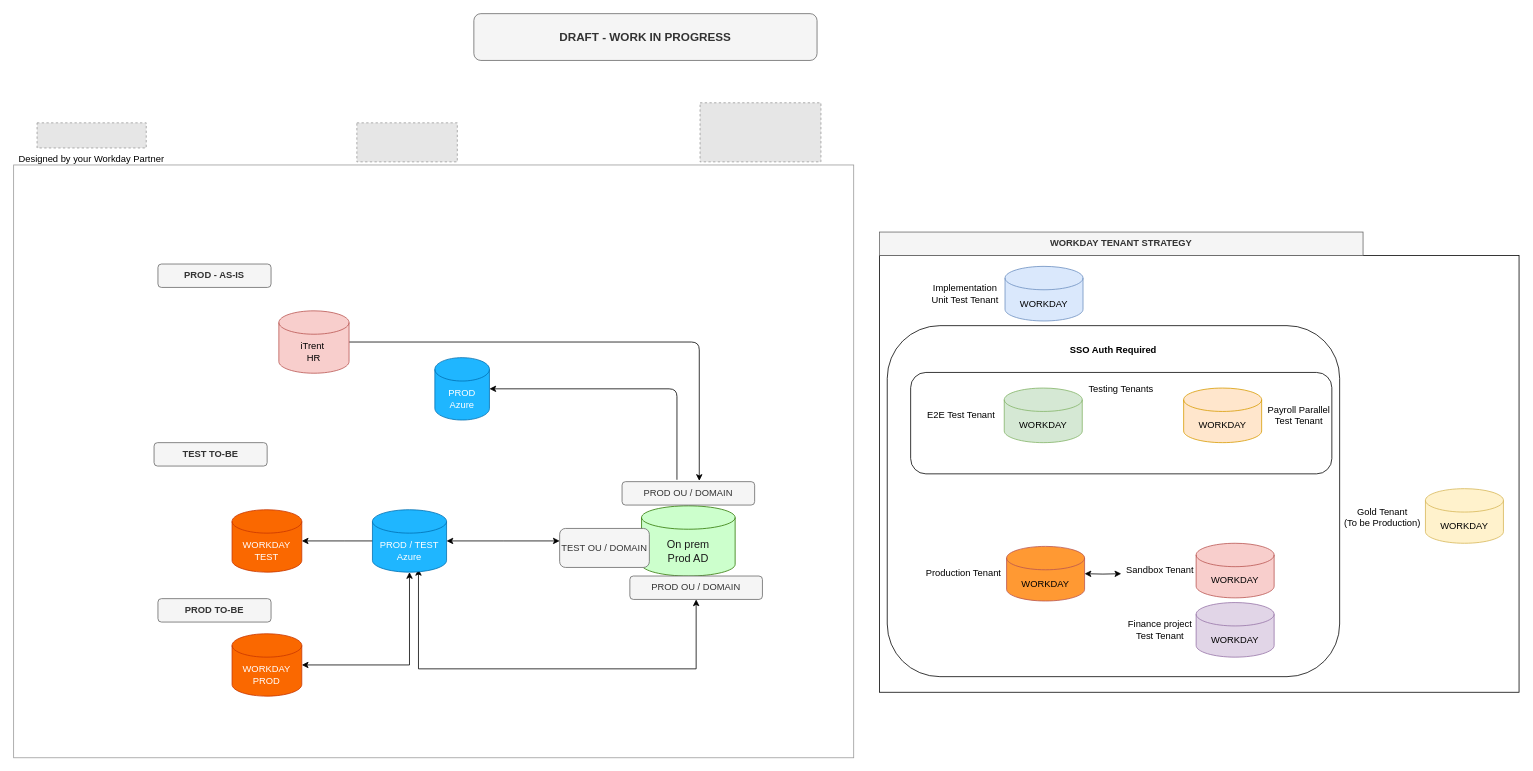
sandyaroma/sandyaroma keeps this draw.io diagram as SEW CURRENT AD PROCESS.drawio. Above is the earlier version. Source tidied: cells renumbered, new cells numbered last; positions are measured from the earlier drawing's top-left corner, leaving out a move shared by most shapes. Both pictures are drawn from the tidied source at 78%, with x=0, y=0 at pixel (13, 13). Pictures stored in the file or linked from it are replaced by grey dashed boxes.
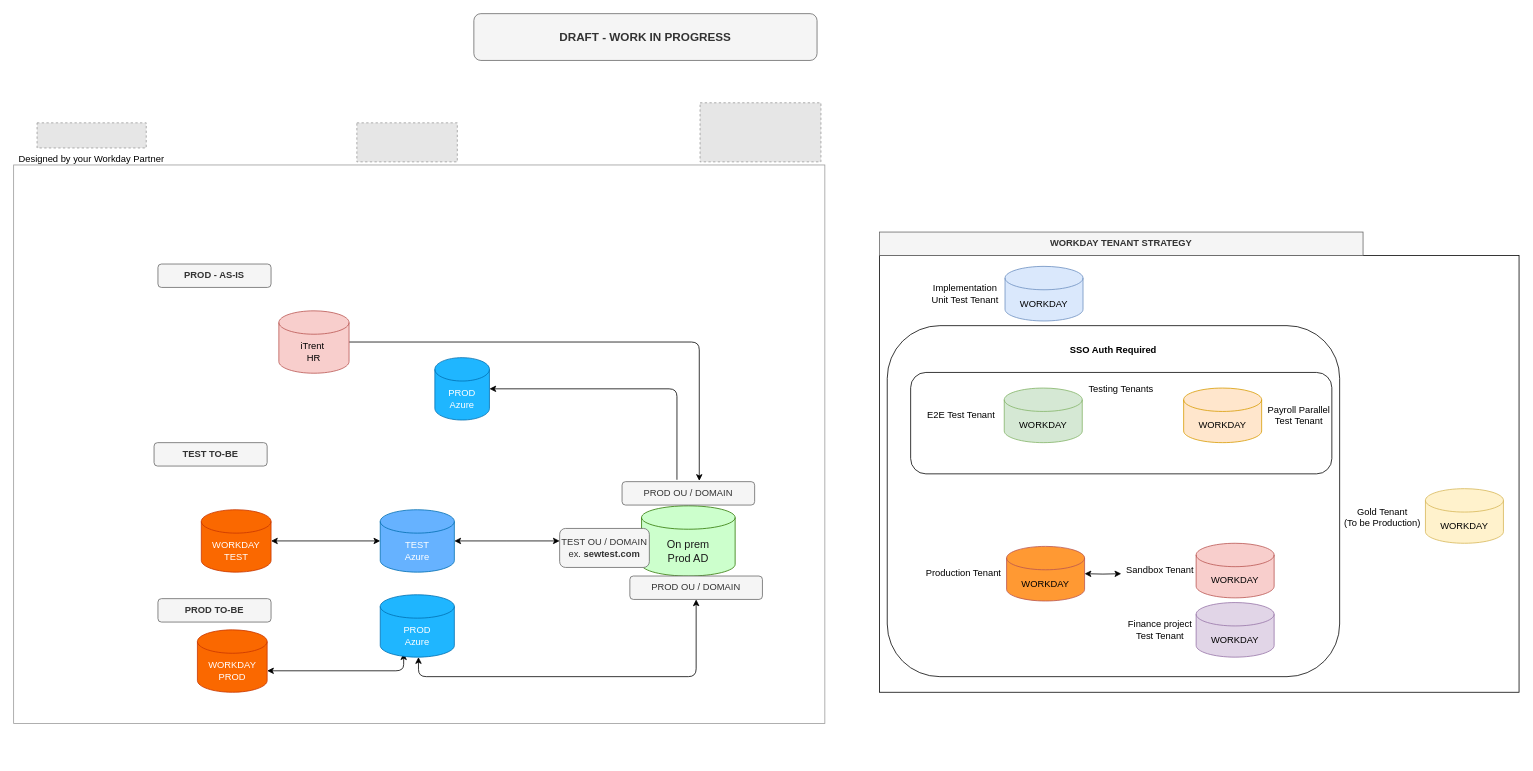
Above is the later version.

The change refers to these unchanged cells:
```xml
<mxCell id="23" value="PROD OU / DOMAIN" style="text;html=1;align=center;verticalAlign=middle;whiteSpace=wrap;rounded=1;fillColor=#f5f5f5;fontColor=#333333;strokeColor=#666666;" parent="1" vertex="1">
  <mxGeometry x="790" y="721" width="170" height="30" as="geometry" />
</mxCell>
```

Diff of the diagram source:
```diff
@@
     <mxCell id="2" style="rounded=0;whiteSpace=wrap;html=1;fillColor=none;strokeColor=#999999;" parent="1" vertex="1">
-      <mxGeometry y="194" width="1077" height="760" as="geometry" />
+      <mxGeometry y="194" width="1040" height="716" as="geometry" />
     </mxCell>
@@
-    <mxCell id="8" style="edgeStyle=orthogonalEdgeStyle;rounded=0;jettySize=auto;html=1;startArrow=classic;startFill=1;" parent="1" edge="1" source="10">
-      <mxGeometry relative="1" as="geometry">
-        <mxPoint x="480" y="676" as="targetPoint" />
-      </mxGeometry>
+    <mxCell id="8" style="edgeStyle=orthogonalEdgeStyle;rounded=0;jettySize=auto;html=1;startArrow=classic;startFill=1;endArrow=classic;endFill=1;entryX=0;entryY=0.5;entryDx=0;entryDy=0;entryPerimeter=0;" parent="1" edge="1" source="10" target="22">
+      <mxGeometry relative="1" as="geometry" />
     </mxCell>
@@
     <mxCell id="10" value="&lt;font color=&quot;#ffffff&quot;&gt;WORKDAY&lt;/font&gt;&lt;div&gt;&lt;font color=&quot;#ffffff&quot;&gt;TEST&lt;/font&gt;&lt;/div&gt;" style="shape=cylinder3;whiteSpace=wrap;html=1;boundedLbl=1;backgroundOutline=1;size=15;fillColor=#fa6800;fontColor=#000000;strokeColor=#C73500;" parent="1" vertex="1">
-      <mxGeometry x="280" y="636" width="89.4" height="80" as="geometry" />
+      <mxGeometry x="240.6" y="636" width="89.4" height="80" as="geometry" />
     </mxCell>
@@
-    <mxCell id="16" style="edgeStyle=orthogonalEdgeStyle;rounded=0;jettySize=auto;html=1;startArrow=classic;startFill=1;entryX=0.5;entryY=1;entryDx=0;entryDy=0;entryPerimeter=0;" parent="1" edge="1" source="18" target="22">
-      <mxGeometry relative="1" as="geometry" />
+    <mxCell id="16" style="edgeStyle=orthogonalEdgeStyle;rounded=1;jettySize=auto;html=1;startArrow=classic;startFill=1;entryX=0.316;entryY=0.938;entryDx=0;entryDy=0;entryPerimeter=0;curved=0;exitX=1;exitY=0;exitDx=0;exitDy=52.5;exitPerimeter=0;" parent="1" edge="1" source="18" target="46">
+      <mxGeometry relative="1" as="geometry">
+        <Array as="points">
+          <mxPoint x="500" y="843" />
+        </Array>
+      </mxGeometry>
     </mxCell>
@@
     <mxCell id="18" value="&lt;font color=&quot;#ffffff&quot;&gt;WORKDAY&lt;/font&gt;&lt;div&gt;&lt;font color=&quot;#ffffff&quot;&gt;PROD&lt;/font&gt;&lt;/div&gt;" style="shape=cylinder3;whiteSpace=wrap;html=1;boundedLbl=1;backgroundOutline=1;size=15;fillColor=#fa6800;fontColor=#000000;strokeColor=#C73500;" parent="1" vertex="1">
-      <mxGeometry x="280" y="795" width="89.4" height="80" as="geometry" />
+      <mxGeometry x="235.6" y="790" width="89.4" height="80" as="geometry" />
     </mxCell>
@@
-    <mxCell id="21" style="edgeStyle=orthogonalEdgeStyle;rounded=0;jettySize=auto;html=1;startArrow=classic;startFill=1;exitX=0.621;exitY=0.95;exitDx=0;exitDy=0;exitPerimeter=0;" parent="1" edge="1" source="22" target="23">
+    <mxCell id="21" style="edgeStyle=orthogonalEdgeStyle;rounded=1;jettySize=auto;html=1;startArrow=classic;startFill=1;curved=0;" parent="1" edge="1" source="46" target="23">
       <mxGeometry relative="1" as="geometry">
         <Array as="points">
-          <mxPoint x="519" y="840" />
-          <mxPoint x="875" y="840" />
+          <mxPoint x="519" y="850" />
+          <mxPoint x="875" y="850" />
         </Array>
       </mxGeometry>
     </mxCell>
-    <mxCell id="22" value="&lt;div&gt;PROD / TEST&lt;/div&gt;Azure" style="shape=cylinder3;whiteSpace=wrap;html=1;boundedLbl=1;backgroundOutline=1;size=15;fillColor=#1FB6FF;fontColor=#ffffff;strokeColor=#006EAF;" parent="1" vertex="1">
-      <mxGeometry x="460" y="636" width="95" height="80" as="geometry" />
+    <mxCell id="22" value="&lt;div&gt;TEST&lt;/div&gt;Azure" style="shape=cylinder3;whiteSpace=wrap;html=1;boundedLbl=1;backgroundOutline=1;size=15;fillColor=#66B2FF;fontColor=#ffffff;strokeColor=#006EAF;" parent="1" vertex="1">
+      <mxGeometry x="470" y="636" width="95" height="80" as="geometry" />
     </mxCell>
@@
-    <mxCell id="25" value="TEST OU / DOMAIN" style="text;html=1;align=center;verticalAlign=middle;whiteSpace=wrap;rounded=1;fillColor=#f5f5f5;fontColor=#333333;strokeColor=#666666;" parent="1" vertex="1">
+    <mxCell id="25" value="TEST OU / DOMAIN&lt;div&gt;ex. &lt;b&gt;sewtest.com&lt;/b&gt;&lt;/div&gt;" style="text;html=1;align=center;verticalAlign=middle;whiteSpace=wrap;rounded=1;fillColor=#f5f5f5;fontColor=#333333;strokeColor=#666666;" parent="1" vertex="1">
       <mxGeometry x="700" y="660" width="115" height="50" as="geometry" />
     </mxCell>
@@
+    <mxCell id="46" value="&lt;div&gt;PROD&lt;/div&gt;Azure" style="shape=cylinder3;whiteSpace=wrap;html=1;boundedLbl=1;backgroundOutline=1;size=15;fillColor=#1FB6FF;fontColor=#ffffff;strokeColor=#006EAF;" parent="1" vertex="1">
+      <mxGeometry x="470" y="745" width="95" height="80" as="geometry" />
+    </mxCell>
```
